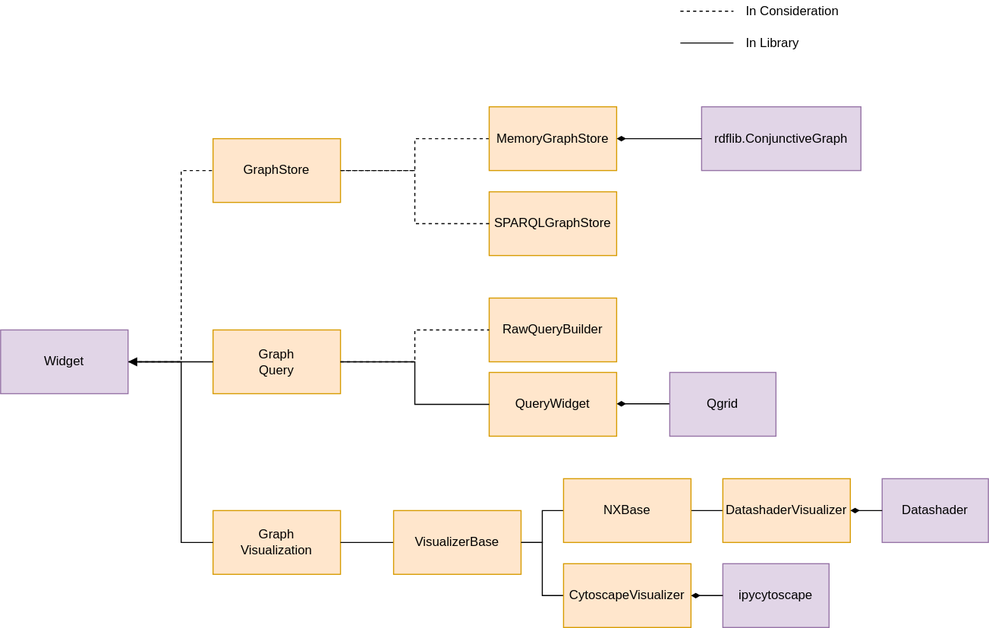
jupyrdf/ipyradiant keeps this draw.io diagram as design/architecture/architecture.dio.svg. Above is the earlier version. Source tidied: cells renumbered, new cells last; positions are measured from the earlier drawing's top-left corner, leaving out a move shared by most shapes.
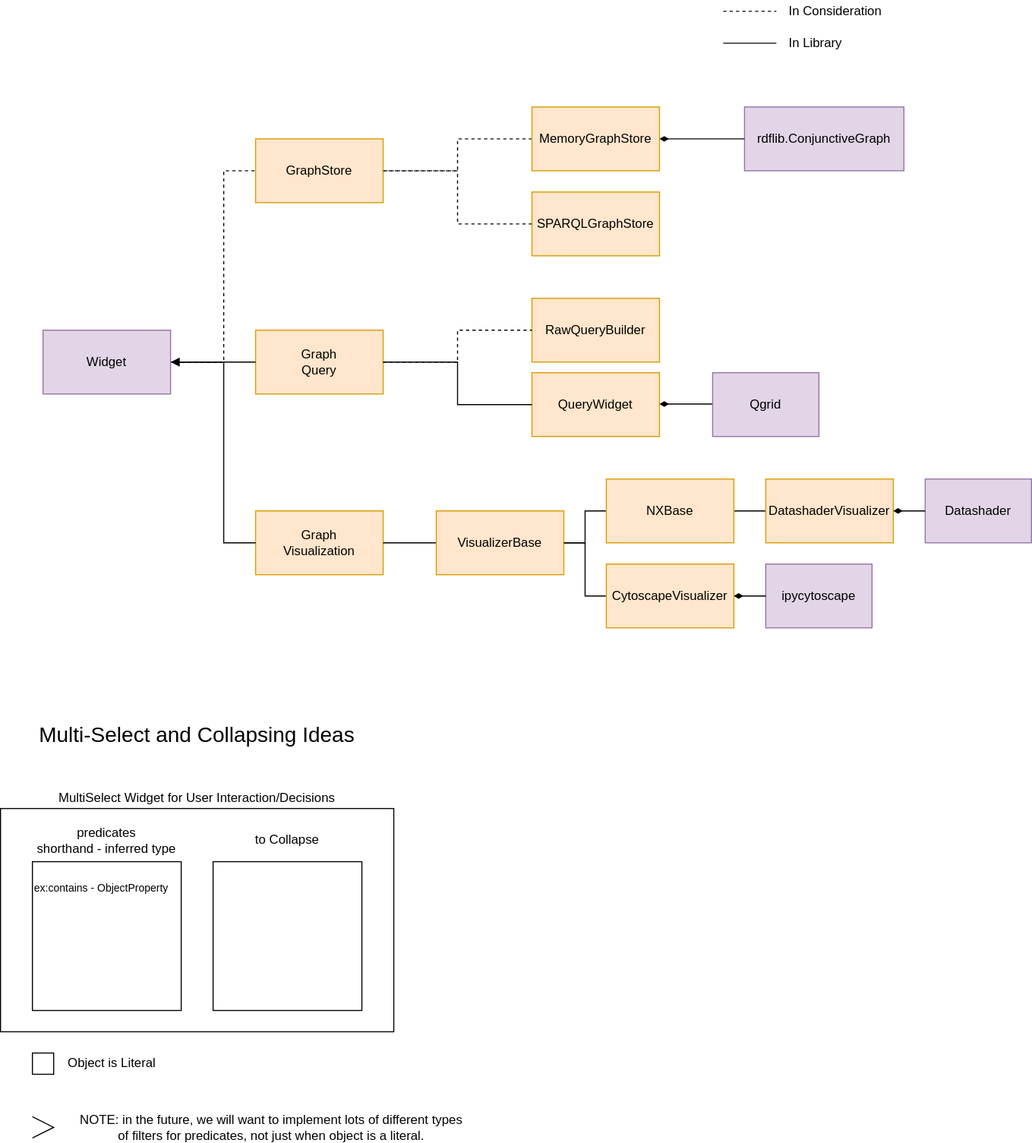
After the commit.

Commit message:
starting work on collapsing, now is object literals

Diff of the diagram source:
```diff
@@ -137,5 +137,41 @@
     <mxCell id="36" value="In Library" style="text;html=1;strokeColor=none;fillColor=none;align=left;verticalAlign=middle;whiteSpace=wrap;rounded=0;" parent="1" vertex="1">
       <mxGeometry x="700" y="30" width="100" height="20" as="geometry" />
     </mxCell>
+    <mxCell id="37" style="rounded=0;whiteSpace=wrap;html=1;" parent="1" vertex="1">
+      <mxGeometry x="-40" y="760" width="370" height="210" as="geometry" />
+    </mxCell>
+    <mxCell id="38" style="whiteSpace=wrap;html=1;" parent="1" vertex="1">
+      <mxGeometry x="-10" y="810" width="140" height="140" as="geometry" />
+    </mxCell>
+    <mxCell id="39" style="whiteSpace=wrap;html=1;" parent="1" vertex="1">
+      <mxGeometry x="160" y="810" width="140" height="140" as="geometry" />
+    </mxCell>
+    <mxCell id="40" value="predicates&lt;br&gt;shorthand - inferred type" style="text;html=1;strokeColor=none;fillColor=none;align=center;verticalAlign=middle;whiteSpace=wrap;rounded=0;" parent="1" vertex="1">
+      <mxGeometry x="-20" y="780" width="160" height="20" as="geometry" />
+    </mxCell>
+    <mxCell id="41" value="&lt;font style=&quot;font-size: 10px&quot;&gt;ex:contains - ObjectProperty&lt;/font&gt;" style="text;html=1;strokeColor=none;fillColor=none;align=left;verticalAlign=middle;whiteSpace=wrap;rounded=0;" parent="1" vertex="1">
+      <mxGeometry x="-10" y="820" width="140" height="30" as="geometry" />
+    </mxCell>
+    <mxCell id="42" value="to Collapse" style="text;html=1;strokeColor=none;fillColor=none;align=center;verticalAlign=middle;whiteSpace=wrap;rounded=0;" parent="1" vertex="1">
+      <mxGeometry x="180" y="780" width="100" height="20" as="geometry" />
+    </mxCell>
+    <mxCell id="43" value="MultiSelect Widget for User Interaction/Decisions" style="text;html=1;strokeColor=none;fillColor=none;align=center;verticalAlign=middle;whiteSpace=wrap;rounded=0;" parent="1" vertex="1">
+      <mxGeometry x="-30" y="740" width="350" height="20" as="geometry" />
+    </mxCell>
+    <mxCell id="44" style="rounded=0;whiteSpace=wrap;html=1;" parent="1" vertex="1">
+      <mxGeometry x="-10" y="990" width="20" height="20" as="geometry" />
+    </mxCell>
+    <mxCell id="45" value="Object is Literal" style="text;html=1;strokeColor=none;fillColor=none;align=center;verticalAlign=middle;whiteSpace=wrap;rounded=0;" parent="1" vertex="1">
+      <mxGeometry y="990" width="130" height="20" as="geometry" />
+    </mxCell>
+    <mxCell id="46" value="&lt;font style=&quot;font-size: 20px&quot;&gt;Multi-Select and Collapsing Ideas&lt;/font&gt;" style="text;html=1;strokeColor=none;fillColor=none;align=center;verticalAlign=middle;whiteSpace=wrap;rounded=0;" parent="1" vertex="1">
+      <mxGeometry x="-35" y="680" width="360" height="20" as="geometry" />
+    </mxCell>
+    <mxCell id="47" style="html=1;shadow=0;dashed=0;align=center;verticalAlign=middle;shape=mxgraph.arrows2.arrow;dy=0;dx=30;notch=30;" parent="1" vertex="1">
+      <mxGeometry x="-10" y="1050" width="20" height="20" as="geometry" />
+    </mxCell>
+    <mxCell id="48" value="NOTE: in the future, we will want to implement lots of different types of filters for predicates, not just when object is a literal." style="text;html=1;strokeColor=none;fillColor=none;align=center;verticalAlign=middle;whiteSpace=wrap;rounded=0;" parent="1" vertex="1">
+      <mxGeometry x="30" y="1050" width="370" height="20" as="geometry" />
+    </mxCell>
   </root>
 </mxGraphModel>
```
